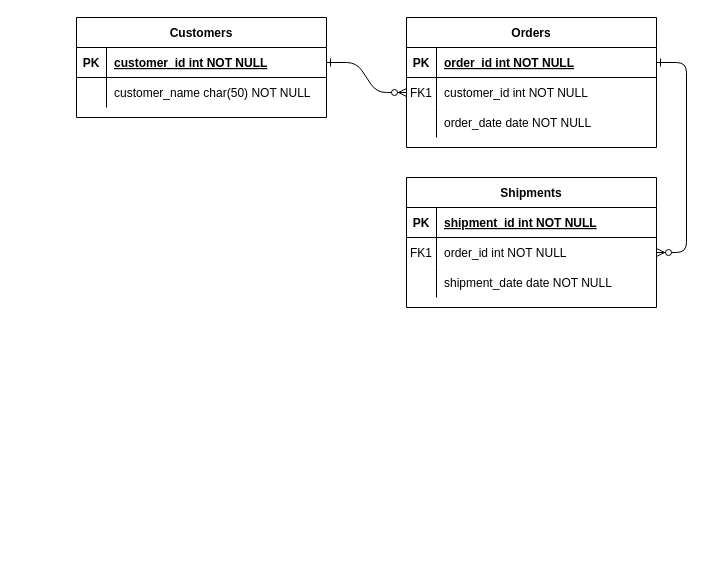
The draw.io diagram 关键字段.drawio in iceman-wzg/myfirst, before the edit. Source tidied: cells renumbered, new cells numbered last; positions are measured from the earlier drawing's top-left corner, leaving out a move shared by most shapes. Both pictures are drawn from the tidied source at 100%, with x=0, y=0 at pixel (76, 17).
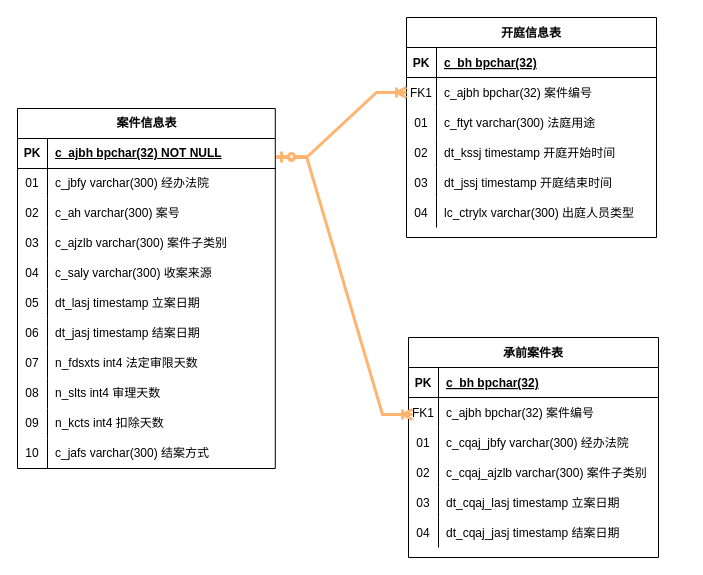
The same page after the edit.

Commit message:
更新关键字段.drawio

The change refers to these unchanged cells:
```xml
<mxCell id="5" style="shape=partialRectangle;fillColor=none;points=[[0,0.5],[1,0.5]];portConstraint=eastwest;top=0;left=0;right=0;bottom=1;" parent="4" vertex="1">
  <mxGeometry y="30" width="250" height="30" as="geometry" />
</mxCell>
<mxCell id="8" style="shape=partialRectangle;fillColor=none;points=[[0,0.5],[1,0.5]];portConstraint=eastwest;top=0;left=0;right=0;bottom=0;" parent="4" vertex="1">
  <mxGeometry y="60" width="250" height="30" as="geometry" />
</mxCell>
<mxCell id="11" style="shape=partialRectangle;fillColor=none;top=0;left=0;right=0;bottom=0;" parent="4" vertex="1">
  <mxGeometry y="90" width="250" height="30" as="geometry" />
</mxCell>
```

What changed in the source:
```diff
@@
-    <mxCell id="2" style="edgeStyle=entityRelationEdgeStyle;endArrow=ERzeroToMany;startArrow=ERone;endFill=1;startFill=0;" parent="1" edge="1" source="25" target="8">
-      <mxGeometry relative="1" as="geometry" />
-    </mxCell>
-    <mxCell id="3" style="edgeStyle=entityRelationEdgeStyle;endArrow=ERzeroToMany;startArrow=ERone;endFill=1;startFill=0;" parent="1" edge="1" source="5" target="18">
-      <mxGeometry relative="1" as="geometry" />
-    </mxCell>
-    <mxCell id="4" value="Orders" style="shape=table;startSize=30;childLayout=tableLayout;rowLines=0;fontStyle=1;align=center;" parent="1" vertex="1">
-      <mxGeometry x="330" width="250" height="130" as="geometry" />
+    <mxCell id="4" value="开庭信息表" style="shape=table;startSize=30;childLayout=tableLayout;rowLines=0;fontStyle=1;align=center;" parent="1" vertex="1">
+      <mxGeometry x="330" width="250" height="220" as="geometry" />
     </mxCell>
@@
-    <mxCell id="7" value="order_id int NOT NULL " style="shape=partialRectangle;overflow=hidden;fillColor=none;top=0;left=0;bottom=0;right=0;align=left;spacingLeft=6;fontStyle=5;" parent="5" vertex="1">
+    <mxCell id="7" value="c_bh bpchar(32)" style="shape=partialRectangle;overflow=hidden;fillColor=none;top=0;left=0;bottom=0;right=0;align=left;spacingLeft=6;fontStyle=5;" parent="5" vertex="1">
       <mxGeometry x="30" width="220" height="30" as="geometry" />
     </mxCell>
@@
-    <mxCell id="10" value="customer_id int NOT NULL" style="shape=partialRectangle;overflow=hidden;fillColor=none;top=0;left=0;bottom=0;right=0;align=left;spacingLeft=6;" parent="8" vertex="1">
+    <mxCell id="10" value="c_ajbh bpchar(32) 案件编号" style="shape=partialRectangle;overflow=hidden;fillColor=none;top=0;left=0;bottom=0;right=0;align=left;spacingLeft=6;" parent="8" vertex="1">
       <mxGeometry x="30" width="220" height="30" as="geometry" />
     </mxCell>
@@
-    <mxCell id="12" style="shape=partialRectangle;overflow=hidden;fillColor=none;top=0;left=0;bottom=0;right=0;" parent="11" vertex="1">
+    <mxCell id="12" value="01" style="shape=partialRectangle;overflow=hidden;fillColor=none;top=0;left=0;bottom=0;right=0;" parent="11" vertex="1">
       <mxGeometry width="30" height="30" as="geometry" />
     </mxCell>
-    <mxCell id="13" value="order_date date NOT NULL" style="shape=partialRectangle;overflow=hidden;fillColor=none;top=0;left=0;bottom=0;right=0;align=left;spacingLeft=6;" parent="11" vertex="1">
+    <mxCell id="13" value="c_ftyt varchar(300) 法庭用途" style="shape=partialRectangle;overflow=hidden;fillColor=none;top=0;left=0;bottom=0;right=0;align=left;spacingLeft=6;" parent="11" vertex="1">
       <mxGeometry x="30" width="220" height="30" as="geometry" />
     </mxCell>
-    <mxCell id="14" value="Shipments" style="shape=table;startSize=30;childLayout=tableLayout;rowLines=0;fontStyle=1;align=center;" parent="1" vertex="1">
-      <mxGeometry x="330" y="160" width="250" height="130" as="geometry" />
-    </mxCell>
-    <mxCell id="15" style="shape=partialRectangle;fillColor=none;top=0;left=0;right=0;bottom=1;" parent="14" vertex="1">
-      <mxGeometry y="30" width="250" height="30" as="geometry" />
-    </mxCell>
-    <mxCell id="16" value="PK" style="shape=partialRectangle;overflow=hidden;fillColor=none;top=0;left=0;bottom=0;right=0;fontStyle=1;" parent="15" vertex="1">
-      <mxGeometry width="30" height="30" as="geometry" />
-    </mxCell>
-    <mxCell id="17" value="shipment_id int NOT NULL " style="shape=partialRectangle;overflow=hidden;fillColor=none;top=0;left=0;bottom=0;right=0;align=left;spacingLeft=6;fontStyle=5;" parent="15" vertex="1">
-      <mxGeometry x="30" width="220" height="30" as="geometry" />
-    </mxCell>
-    <mxCell id="18" style="shape=partialRectangle;fillColor=none;points=[[0,0.5],[1,0.5]];portConstraint=eastwest;top=0;left=0;right=0;bottom=0;" parent="14" vertex="1">
-      <mxGeometry y="60" width="250" height="30" as="geometry" />
-    </mxCell>
+    <mxCell id="31" style="shape=partialRectangle;fillColor=none;top=0;left=0;right=0;bottom=0;" parent="4" vertex="1">
+      <mxGeometry y="120" width="250" height="30" as="geometry" />
+    </mxCell>
+    <mxCell id="32" value="02" style="shape=partialRectangle;overflow=hidden;fillColor=none;top=0;left=0;bottom=0;right=0;" parent="31" vertex="1">
+      <mxGeometry width="30" height="30" as="geometry" />
+    </mxCell>
+    <mxCell id="33" value="dt_kssj timestamp 开庭开始时间" style="shape=partialRectangle;overflow=hidden;fillColor=none;top=0;left=0;bottom=0;right=0;align=left;spacingLeft=6;" parent="31" vertex="1">
+      <mxGeometry x="30" width="220" height="30" as="geometry" />
+    </mxCell>
+    <mxCell id="34" style="shape=partialRectangle;fillColor=none;top=0;left=0;right=0;bottom=0;" parent="4" vertex="1">
+      <mxGeometry y="150" width="250" height="30" as="geometry" />
+    </mxCell>
+    <mxCell id="35" value="03" style="shape=partialRectangle;overflow=hidden;fillColor=none;top=0;left=0;bottom=0;right=0;" parent="34" vertex="1">
+      <mxGeometry width="30" height="30" as="geometry" />
+    </mxCell>
+    <mxCell id="36" value="dt_jssj timestamp 开庭结束时间" style="shape=partialRectangle;overflow=hidden;fillColor=none;top=0;left=0;bottom=0;right=0;align=left;spacingLeft=6;" parent="34" vertex="1">
+      <mxGeometry x="30" width="220" height="30" as="geometry" />
+    </mxCell>
+    <mxCell id="37" style="shape=partialRectangle;fillColor=none;top=0;left=0;right=0;bottom=0;" parent="4" vertex="1">
+      <mxGeometry y="180" width="250" height="30" as="geometry" />
+    </mxCell>
+    <mxCell id="38" value="04" style="shape=partialRectangle;overflow=hidden;fillColor=none;top=0;left=0;bottom=0;right=0;" parent="37" vertex="1">
+      <mxGeometry width="30" height="30" as="geometry" />
+    </mxCell>
+    <mxCell id="39" value="lc_ctrylx varchar(300) 出庭人员类型" style="shape=partialRectangle;overflow=hidden;fillColor=none;top=0;left=0;bottom=0;right=0;align=left;spacingLeft=6;" parent="37" vertex="1">
+      <mxGeometry x="30" width="220" height="30" as="geometry" />
+    </mxCell>
+    <mxCell id="40" value="案件信息表" style="shape=table;startSize=30;childLayout=tableLayout;rowLines=0;fontStyle=1;align=center;html=1;" parent="1" vertex="1">
+      <mxGeometry x="-59" y="91" width="257.8" height="360" as="geometry" />
+    </mxCell>
+    <mxCell id="41" style="shape=tableRow;horizontal=0;startSize=0;swimlaneHead=0;swimlaneBody=0;fillColor=none;top=0;left=0;right=0;bottom=1;" parent="40" vertex="1">
+      <mxGeometry y="30" width="257.8" height="30" as="geometry" />
+    </mxCell>
+    <mxCell id="42" value="PK" style="shape=partialRectangle;fillColor=none;top=0;left=0;bottom=0;right=0;fontStyle=1;overflow=hidden;whiteSpace=wrap;html=1;" parent="41" vertex="1">
+      <mxGeometry width="30" height="30" as="geometry" />
+    </mxCell>
+    <mxCell id="43" value="c_ajbh bpchar(32) NOT NULL" style="shape=partialRectangle;fillColor=none;top=0;left=0;bottom=0;right=0;align=left;spacingLeft=6;fontStyle=5;overflow=hidden;whiteSpace=wrap;html=1;" parent="41" vertex="1">
+      <mxGeometry x="30" width="227.8" height="30" as="geometry" />
+    </mxCell>
+    <mxCell id="44" style="shape=tableRow;horizontal=0;startSize=0;swimlaneHead=0;swimlaneBody=0;fillColor=none;top=0;left=0;right=0;bottom=0;" parent="40" vertex="1">
+      <mxGeometry y="60" width="257.8" height="30" as="geometry" />
+    </mxCell>
+    <mxCell id="45" value="01" style="shape=partialRectangle;fillColor=none;top=0;left=0;bottom=0;right=0;overflow=hidden;whiteSpace=wrap;html=1;" parent="44" vertex="1">
+      <mxGeometry width="30" height="30" as="geometry" />
+    </mxCell>
+    <mxCell id="46" value="c_jbfy varchar(300) 经办法院" style="shape=partialRectangle;fillColor=none;top=0;left=0;bottom=0;right=0;align=left;spacingLeft=6;overflow=hidden;whiteSpace=wrap;html=1;" parent="44" vertex="1">
+      <mxGeometry x="30" width="227.8" height="30" as="geometry" />
+    </mxCell>
+    <mxCell id="47" style="shape=tableRow;horizontal=0;startSize=0;swimlaneHead=0;swimlaneBody=0;fillColor=none;top=0;left=0;right=0;bottom=0;" parent="40" vertex="1">
+      <mxGeometry y="90" width="257.8" height="30" as="geometry" />
+    </mxCell>
+    <mxCell id="48" value="02" style="shape=partialRectangle;fillColor=none;top=0;left=0;bottom=0;right=0;overflow=hidden;whiteSpace=wrap;html=1;" parent="47" vertex="1">
+      <mxGeometry width="30" height="30" as="geometry" />
+    </mxCell>
+    <mxCell id="49" value="c_ah varchar(300) 案号" style="shape=partialRectangle;fillColor=none;top=0;left=0;bottom=0;right=0;align=left;spacingLeft=6;overflow=hidden;whiteSpace=wrap;html=1;" parent="47" vertex="1">
+      <mxGeometry x="30" width="227.8" height="30" as="geometry" />
+    </mxCell>
+    <mxCell id="50" style="shape=tableRow;horizontal=0;startSize=0;swimlaneHead=0;swimlaneBody=0;fillColor=none;top=0;left=0;right=0;bottom=0;" parent="40" vertex="1">
+      <mxGeometry y="120" width="257.8" height="30" as="geometry" />
+    </mxCell>
+    <mxCell id="51" value="03" style="shape=partialRectangle;fillColor=none;top=0;left=0;bottom=0;right=0;overflow=hidden;whiteSpace=wrap;html=1;" parent="50" vertex="1">
+      <mxGeometry width="30" height="30" as="geometry" />
+    </mxCell>
+    <mxCell id="52" value="c_ajzlb varchar(300) 案件子类别" style="shape=partialRectangle;fillColor=none;top=0;left=0;bottom=0;right=0;align=left;spacingLeft=6;overflow=hidden;whiteSpace=wrap;html=1;" parent="50" vertex="1">
+      <mxGeometry x="30" width="227.8" height="30" as="geometry" />
+    </mxCell>
+    <mxCell id="53" style="shape=tableRow;horizontal=0;startSize=0;swimlaneHead=0;swimlaneBody=0;fillColor=none;top=0;left=0;right=0;bottom=0;" parent="40" vertex="1">
+      <mxGeometry y="150" width="257.8" height="30" as="geometry" />
+    </mxCell>
+    <mxCell id="54" value="04" style="shape=partialRectangle;fillColor=none;top=0;left=0;bottom=0;right=0;overflow=hidden;whiteSpace=wrap;html=1;" parent="53" vertex="1">
+      <mxGeometry width="30" height="30" as="geometry" />
+    </mxCell>
+    <mxCell id="55" value="c_saly varchar(300) 收案来源" style="shape=partialRectangle;fillColor=none;top=0;left=0;bottom=0;right=0;align=left;spacingLeft=6;overflow=hidden;whiteSpace=wrap;html=1;" parent="53" vertex="1">
+      <mxGeometry x="30" width="227.8" height="30" as="geometry" />
+    </mxCell>
+    <mxCell id="56" style="shape=tableRow;horizontal=0;startSize=0;swimlaneHead=0;swimlaneBody=0;fillColor=none;top=0;left=0;right=0;bottom=0;" parent="40" vertex="1">
+      <mxGeometry y="180" width="257.8" height="30" as="geometry" />
+    </mxCell>
+    <mxCell id="57" value="05" style="shape=partialRectangle;fillColor=none;top=0;left=0;bottom=0;right=0;overflow=hidden;whiteSpace=wrap;html=1;" parent="56" vertex="1">
+      <mxGeometry width="30" height="30" as="geometry" />
+    </mxCell>
+    <mxCell id="58" value="dt_lasj timestamp 立案日期" style="shape=partialRectangle;fillColor=none;top=0;left=0;bottom=0;right=0;align=left;spacingLeft=6;overflow=hidden;whiteSpace=wrap;html=1;" parent="56" vertex="1">
+      <mxGeometry x="30" width="227.8" height="30" as="geometry" />
+    </mxCell>
+    <mxCell id="59" style="shape=tableRow;horizontal=0;startSize=0;swimlaneHead=0;swimlaneBody=0;fillColor=none;top=0;left=0;right=0;bottom=0;" parent="40" vertex="1">
+      <mxGeometry y="210" width="257.8" height="30" as="geometry" />
+    </mxCell>
+    <mxCell id="60" value="06" style="shape=partialRectangle;fillColor=none;top=0;left=0;bottom=0;right=0;overflow=hidden;whiteSpace=wrap;html=1;" parent="59" vertex="1">
+      <mxGeometry width="30" height="30" as="geometry" />
+    </mxCell>
+    <mxCell id="61" value="dt_jasj timestamp 结案日期" style="shape=partialRectangle;fillColor=none;top=0;left=0;bottom=0;right=0;align=left;spacingLeft=6;overflow=hidden;whiteSpace=wrap;html=1;" parent="59" vertex="1">
+      <mxGeometry x="30" width="227.8" height="30" as="geometry" />
+    </mxCell>
+    <mxCell id="62" style="shape=tableRow;horizontal=0;startSize=0;swimlaneHead=0;swimlaneBody=0;fillColor=none;top=0;left=0;right=0;bottom=0;" parent="40" vertex="1">
+      <mxGeometry y="240" width="257.8" height="30" as="geometry" />
+    </mxCell>
+    <mxCell id="63" value="07" style="shape=partialRectangle;fillColor=none;top=0;left=0;bottom=0;right=0;overflow=hidden;whiteSpace=wrap;html=1;" parent="62" vertex="1">
+      <mxGeometry width="30" height="30" as="geometry" />
+    </mxCell>
+    <mxCell id="64" value="n_fdsxts int4 法定审限天数" style="shape=partialRectangle;fillColor=none;top=0;left=0;bottom=0;right=0;align=left;spacingLeft=6;overflow=hidden;whiteSpace=wrap;html=1;" parent="62" vertex="1">
+      <mxGeometry x="30" width="227.8" height="30" as="geometry" />
+    </mxCell>
+    <mxCell id="65" style="shape=tableRow;horizontal=0;startSize=0;swimlaneHead=0;swimlaneBody=0;fillColor=none;top=0;left=0;right=0;bottom=0;" parent="40" vertex="1">
+      <mxGeometry y="270" width="257.8" height="30" as="geometry" />
+    </mxCell>
+    <mxCell id="66" value="08" style="shape=partialRectangle;fillColor=none;top=0;left=0;bottom=0;right=0;overflow=hidden;whiteSpace=wrap;html=1;" parent="65" vertex="1">
+      <mxGeometry width="30" height="30" as="geometry" />
+    </mxCell>
+    <mxCell id="67" value="n_slts int4 审理天数" style="shape=partialRectangle;fillColor=none;top=0;left=0;bottom=0;right=0;align=left;spacingLeft=6;overflow=hidden;whiteSpace=wrap;html=1;" parent="65" vertex="1">
+      <mxGeometry x="30" width="227.8" height="30" as="geometry" />
+    </mxCell>
+    <mxCell id="68" style="shape=tableRow;horizontal=0;startSize=0;swimlaneHead=0;swimlaneBody=0;fillColor=none;top=0;left=0;right=0;bottom=0;" parent="40" vertex="1">
+      <mxGeometry y="300" width="257.8" height="30" as="geometry" />
+    </mxCell>
+    <mxCell id="69" value="09" style="shape=partialRectangle;fillColor=none;top=0;left=0;bottom=0;right=0;overflow=hidden;whiteSpace=wrap;html=1;" parent="68" vertex="1">
+      <mxGeometry width="30" height="30" as="geometry" />
+    </mxCell>
+    <mxCell id="70" value="n_kcts int4 扣除天数" style="shape=partialRectangle;fillColor=none;top=0;left=0;bottom=0;right=0;align=left;spacingLeft=6;overflow=hidden;whiteSpace=wrap;html=1;" parent="68" vertex="1">
+      <mxGeometry x="30" width="227.8" height="30" as="geometry" />
+    </mxCell>
+    <mxCell id="71" style="shape=tableRow;horizontal=0;startSize=0;swimlaneHead=0;swimlaneBody=0;fillColor=none;top=0;left=0;right=0;bottom=0;" parent="40" vertex="1">
+      <mxGeometry y="330" width="257.8" height="30" as="geometry" />
+    </mxCell>
+    <mxCell id="72" value="10" style="shape=partialRectangle;fillColor=none;top=0;left=0;bottom=0;right=0;overflow=hidden;whiteSpace=wrap;html=1;" parent="71" vertex="1">
+      <mxGeometry width="30" height="30" as="geometry" />
+    </mxCell>
+    <mxCell id="73" value="c_jafs varchar(300) 结案方式" style="shape=partialRectangle;fillColor=none;top=0;left=0;bottom=0;right=0;align=left;spacingLeft=6;overflow=hidden;whiteSpace=wrap;html=1;" parent="71" vertex="1">
+      <mxGeometry x="30" width="227.8" height="30" as="geometry" />
+    </mxCell>
+    <mxCell id="74" value="承前案件表" style="shape=table;startSize=30;childLayout=tableLayout;rowLines=0;fontStyle=1;align=center;" parent="1" vertex="1">
+      <mxGeometry x="332" y="320" width="250" height="220" as="geometry" />
+    </mxCell>
+    <mxCell id="75" style="shape=partialRectangle;fillColor=none;top=0;left=0;right=0;bottom=1;" parent="74" vertex="1">
+      <mxGeometry y="30" width="250" height="30" as="geometry" />
+    </mxCell>
+    <mxCell id="76" value="PK" style="shape=partialRectangle;overflow=hidden;fillColor=none;top=0;left=0;bottom=0;right=0;fontStyle=1;" parent="75" vertex="1">
+      <mxGeometry width="30" height="30" as="geometry" />
+    </mxCell>
+    <mxCell id="77" value="c_bh bpchar(32)" style="shape=partialRectangle;overflow=hidden;fillColor=none;top=0;left=0;bottom=0;right=0;align=left;spacingLeft=6;fontStyle=5;" parent="75" vertex="1">
+      <mxGeometry x="30" width="220" height="30" as="geometry" />
+    </mxCell>
+    <mxCell id="78" style="shape=partialRectangle;fillColor=none;top=0;left=0;right=0;bottom=0;" parent="74" vertex="1">
+      <mxGeometry y="60" width="250" height="30" as="geometry" />
+    </mxCell>
-    <mxCell id="19" value="FK1" style="shape=partialRectangle;overflow=hidden;fillColor=none;top=0;left=0;bottom=0;right=0;" parent="18" vertex="1">
+    <mxCell id="19" value="FK1" style="shape=partialRectangle;overflow=hidden;fillColor=none;top=0;left=0;bottom=0;right=0;" parent="78" vertex="1">
       <mxGeometry width="30" height="30" as="geometry" />
     </mxCell>
-    <mxCell id="20" value="order_id int NOT NULL" style="shape=partialRectangle;overflow=hidden;fillColor=none;top=0;left=0;bottom=0;right=0;align=left;spacingLeft=6;" parent="18" vertex="1">
-      <mxGeometry x="30" width="220" height="30" as="geometry" />
-    </mxCell>
+    <mxCell id="79" value="c_ajbh bpchar(32) 案件编号" style="shape=partialRectangle;overflow=hidden;fillColor=none;top=0;left=0;bottom=0;right=0;align=left;spacingLeft=6;" parent="78" vertex="1">
+      <mxGeometry x="30" width="220" height="30" as="geometry" />
+    </mxCell>
-    <mxCell id="21" style="shape=partialRectangle;fillColor=none;top=0;left=0;right=0;bottom=0;" parent="14" vertex="1">
+    <mxCell id="21" style="shape=partialRectangle;fillColor=none;top=0;left=0;right=0;bottom=0;" parent="74" vertex="1">
       <mxGeometry y="90" width="250" height="30" as="geometry" />
     </mxCell>
-    <mxCell id="22" style="shape=partialRectangle;overflow=hidden;fillColor=none;top=0;left=0;bottom=0;right=0;" parent="21" vertex="1">
-      <mxGeometry width="30" height="30" as="geometry" />
-    </mxCell>
-    <mxCell id="23" value="shipment_date date NOT NULL" style="shape=partialRectangle;overflow=hidden;fillColor=none;top=0;left=0;bottom=0;right=0;align=left;spacingLeft=6;" parent="21" vertex="1">
-      <mxGeometry x="30" width="220" height="30" as="geometry" />
-    </mxCell>
-    <mxCell id="24" value="Customers" style="shape=table;startSize=30;childLayout=tableLayout;rowLines=0;fontStyle=1;align=center;" parent="1" vertex="1">
-      <mxGeometry width="250" height="100" as="geometry" />
-    </mxCell>
-    <mxCell id="25" style="shape=partialRectangle;fillColor=none;points=[[0,0.5],[1,0.5]];portConstraint=eastwest;top=0;left=0;right=0;bottom=1;" parent="24" vertex="1">
-      <mxGeometry y="30" width="250" height="30" as="geometry" />
-    </mxCell>
-    <mxCell id="26" value="PK" style="shape=partialRectangle;overflow=hidden;fillColor=none;top=0;left=0;bottom=0;right=0;fontStyle=1;" parent="25" vertex="1">
-      <mxGeometry width="30" height="30" as="geometry" />
-    </mxCell>
-    <mxCell id="27" value="customer_id int NOT NULL " style="shape=partialRectangle;overflow=hidden;fillColor=none;top=0;left=0;bottom=0;right=0;align=left;spacingLeft=6;fontStyle=5;" parent="25" vertex="1">
-      <mxGeometry x="30" width="220" height="30" as="geometry" />
-    </mxCell>
-    <mxCell id="28" style="shape=partialRectangle;fillColor=none;top=0;left=0;right=0;bottom=0;" parent="24" vertex="1">
-      <mxGeometry y="60" width="250" height="30" as="geometry" />
-    </mxCell>
-    <mxCell id="29" style="shape=partialRectangle;overflow=hidden;fillColor=none;top=0;left=0;bottom=0;right=0;" parent="28" vertex="1">
-      <mxGeometry width="30" height="30" as="geometry" />
-    </mxCell>
-    <mxCell id="30" value="customer_name char(50) NOT NULL" style="shape=partialRectangle;overflow=hidden;fillColor=none;top=0;left=0;bottom=0;right=0;align=left;spacingLeft=6;" parent="28" vertex="1">
-      <mxGeometry x="30" width="220" height="30" as="geometry" />
-    </mxCell>
+    <mxCell id="80" value="01" style="shape=partialRectangle;overflow=hidden;fillColor=none;top=0;left=0;bottom=0;right=0;" parent="21" vertex="1">
+      <mxGeometry width="30" height="30" as="geometry" />
+    </mxCell>
+    <mxCell id="81" value="c_cqaj_jbfy varchar(300) 经办法院" style="shape=partialRectangle;overflow=hidden;fillColor=none;top=0;left=0;bottom=0;right=0;align=left;spacingLeft=6;" parent="21" vertex="1">
+      <mxGeometry x="30" width="220" height="30" as="geometry" />
+    </mxCell>
+    <mxCell id="82" style="shape=partialRectangle;fillColor=none;top=0;left=0;right=0;bottom=0;" parent="74" vertex="1">
+      <mxGeometry y="120" width="250" height="30" as="geometry" />
+    </mxCell>
+    <mxCell id="83" value="02" style="shape=partialRectangle;overflow=hidden;fillColor=none;top=0;left=0;bottom=0;right=0;" parent="82" vertex="1">
+      <mxGeometry width="30" height="30" as="geometry" />
+    </mxCell>
+    <mxCell id="84" value="c_cqaj_ajzlb varchar(300) 案件子类别" style="shape=partialRectangle;overflow=hidden;fillColor=none;top=0;left=0;bottom=0;right=0;align=left;spacingLeft=6;" parent="82" vertex="1">
+      <mxGeometry x="30" width="220" height="30" as="geometry" />
+    </mxCell>
+    <mxCell id="85" style="shape=partialRectangle;fillColor=none;top=0;left=0;right=0;bottom=0;" parent="74" vertex="1">
+      <mxGeometry y="150" width="250" height="30" as="geometry" />
+    </mxCell>
+    <mxCell id="86" value="03" style="shape=partialRectangle;overflow=hidden;fillColor=none;top=0;left=0;bottom=0;right=0;" parent="85" vertex="1">
+      <mxGeometry width="30" height="30" as="geometry" />
+    </mxCell>
+    <mxCell id="87" value="dt_cqaj_lasj timestamp 立案日期" style="shape=partialRectangle;overflow=hidden;fillColor=none;top=0;left=0;bottom=0;right=0;align=left;spacingLeft=6;" parent="85" vertex="1">
+      <mxGeometry x="30" width="220" height="30" as="geometry" />
+    </mxCell>
+    <mxCell id="88" style="shape=partialRectangle;fillColor=none;top=0;left=0;right=0;bottom=0;" parent="74" vertex="1">
+      <mxGeometry y="180" width="250" height="30" as="geometry" />
+    </mxCell>
+    <mxCell id="89" value="04" style="shape=partialRectangle;overflow=hidden;fillColor=none;top=0;left=0;bottom=0;right=0;" parent="88" vertex="1">
+      <mxGeometry width="30" height="30" as="geometry" />
+    </mxCell>
+    <mxCell id="90" value="dt_cqaj_jasj timestamp 结案日期" style="shape=partialRectangle;overflow=hidden;fillColor=none;top=0;left=0;bottom=0;right=0;align=left;spacingLeft=6;" parent="88" vertex="1">
+      <mxGeometry x="30" width="220" height="30" as="geometry" />
+    </mxCell>
+    <mxCell id="91" style="edgeStyle=entityRelationEdgeStyle;fontSize=12;html=1;endArrow=ERoneToMany;startArrow=ERzeroToOne;rounded=0;entryX=0;entryY=0.5;entryDx=0;entryDy=0;strokeWidth=3;strokeColor=#FFB570;" parent="1" edge="1" target="8">
+      <mxGeometry relative="1" as="geometry">
+        <mxPoint x="200" y="140" as="sourcePoint" />
+      </mxGeometry>
+    </mxCell>
+    <mxCell id="92" style="edgeStyle=entityRelationEdgeStyle;fontSize=12;html=1;endArrow=ERoneToMany;startArrow=ERzeroToOne;rounded=0;strokeWidth=3;strokeColor=#FFB570;" parent="1" edge="1">
+      <mxGeometry relative="1" as="geometry">
+        <mxPoint x="200" y="139" as="sourcePoint" />
+        <mxPoint x="336" y="397" as="targetPoint" />
+      </mxGeometry>
+    </mxCell>
```
